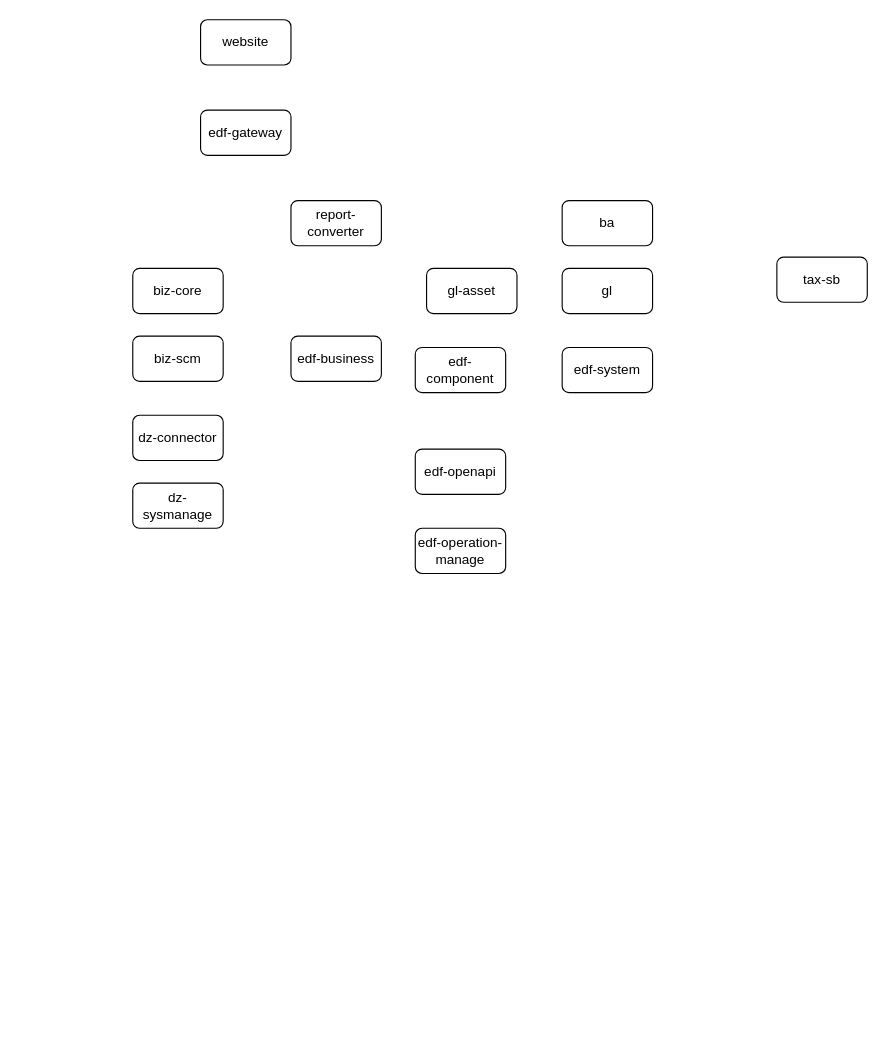
This is 1.0链路优化.drawio from xingzhihe/hello-world, a draw.io file, before an edit. Source tidied: cells renumbered, new cells numbered last; positions are measured from the earlier drawing's top-left corner, leaving out a move shared by most shapes. Both pictures are drawn from the tidied source at 113%, with x=0, y=0 at pixel (132, 19).
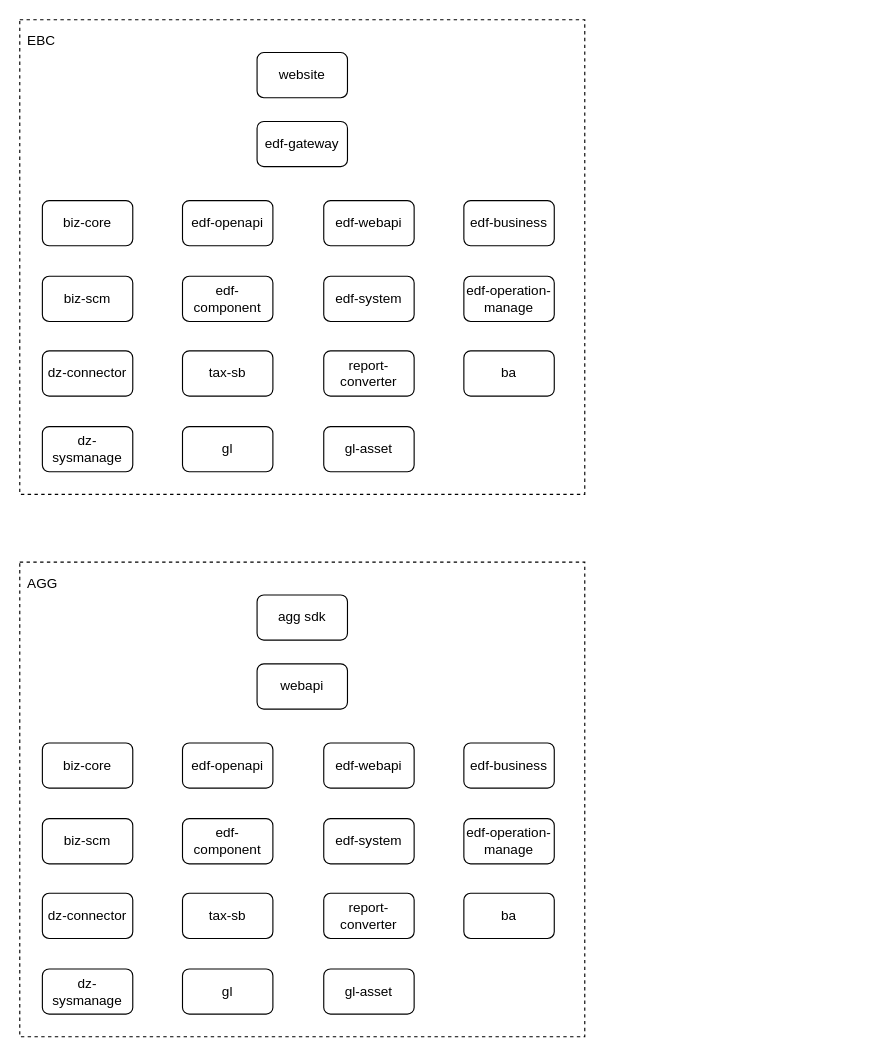
The same page after the edit.

Commit message (it also covers changes not shown here):
更新1.0链路优化.drawio

Diff of the diagram source:
```diff
@@
+    <mxCell id="18" value="EBC" style="rounded=0;whiteSpace=wrap;html=1;align=left;verticalAlign=top;spacingTop=5;spacingLeft=5;dashed=1;" parent="1" vertex="1">
+      <mxGeometry x="-100" width="500" height="420" as="geometry" />
+    </mxCell>
     <mxCell id="2" value="website" style="rounded=1;whiteSpace=wrap;html=1;" parent="1" vertex="1">
-      <mxGeometry x="60" width="80" height="40" as="geometry" />
+      <mxGeometry x="110" y="29" width="80" height="40" as="geometry" />
     </mxCell>
     <mxCell id="3" value="edf-gateway" style="rounded=1;whiteSpace=wrap;html=1;" parent="1" vertex="1">
-      <mxGeometry x="60" y="80" width="80" height="40" as="geometry" />
+      <mxGeometry x="110" y="90" width="80" height="40" as="geometry" />
     </mxCell>
     <mxCell id="4" value="tax-sb" style="rounded=1;whiteSpace=wrap;html=1;" parent="1" vertex="1">
-      <mxGeometry x="570" y="210" width="80" height="40" as="geometry" />
+      <mxGeometry x="44" y="293" width="80" height="40" as="geometry" />
     </mxCell>
     <mxCell id="5" value="report-converter" style="rounded=1;whiteSpace=wrap;html=1;" parent="1" vertex="1">
-      <mxGeometry x="140" y="160" width="80" height="40" as="geometry" />
+      <mxGeometry x="169" y="293" width="80" height="40" as="geometry" />
     </mxCell>
     <mxCell id="6" value="dz-sysmanage" style="rounded=1;whiteSpace=wrap;html=1;" parent="1" vertex="1">
-      <mxGeometry y="410" width="80" height="40" as="geometry" />
+      <mxGeometry x="-80" y="360" width="80" height="40" as="geometry" />
     </mxCell>
     <mxCell id="7" value="ba" style="rounded=1;whiteSpace=wrap;html=1;" parent="1" vertex="1">
-      <mxGeometry x="380" y="160" width="80" height="40" as="geometry" />
+      <mxGeometry x="293" y="293" width="80" height="40" as="geometry" />
     </mxCell>
     <mxCell id="8" value="biz-core" style="rounded=1;whiteSpace=wrap;html=1;" parent="1" vertex="1">
-      <mxGeometry y="220" width="80" height="40" as="geometry" />
+      <mxGeometry x="-80" y="160" width="80" height="40" as="geometry" />
     </mxCell>
     <mxCell id="9" value="biz-scm" style="rounded=1;whiteSpace=wrap;html=1;" parent="1" vertex="1">
-      <mxGeometry y="280" width="80" height="40" as="geometry" />
+      <mxGeometry x="-80" y="227" width="80" height="40" as="geometry" />
     </mxCell>
     <mxCell id="10" value="gl-asset" style="rounded=1;whiteSpace=wrap;html=1;" parent="1" vertex="1">
-      <mxGeometry x="260" y="220" width="80" height="40" as="geometry" />
+      <mxGeometry x="169" y="360" width="80" height="40" as="geometry" />
     </mxCell>
     <mxCell id="11" value="gl" style="rounded=1;whiteSpace=wrap;html=1;" parent="1" vertex="1">
-      <mxGeometry x="380" y="220" width="80" height="40" as="geometry" />
+      <mxGeometry x="44" y="360" width="80" height="40" as="geometry" />
     </mxCell>
     <mxCell id="12" value="edf-openapi" style="rounded=1;whiteSpace=wrap;html=1;" parent="1" vertex="1">
-      <mxGeometry x="250" y="380" width="80" height="40" as="geometry" />
+      <mxGeometry x="44" y="160" width="80" height="40" as="geometry" />
     </mxCell>
     <mxCell id="13" value="edf-business" style="rounded=1;whiteSpace=wrap;html=1;" parent="1" vertex="1">
-      <mxGeometry x="140" y="280" width="80" height="40" as="geometry" />
+      <mxGeometry x="293" y="160" width="80" height="40" as="geometry" />
     </mxCell>
     <mxCell id="14" value="edf-component" style="rounded=1;whiteSpace=wrap;html=1;" parent="1" vertex="1">
-      <mxGeometry x="250" y="290" width="80" height="40" as="geometry" />
+      <mxGeometry x="44" y="227" width="80" height="40" as="geometry" />
     </mxCell>
     <mxCell id="15" value="edf-system" style="rounded=1;whiteSpace=wrap;html=1;" parent="1" vertex="1">
-      <mxGeometry x="380" y="290" width="80" height="40" as="geometry" />
+      <mxGeometry x="169" y="227" width="80" height="40" as="geometry" />
     </mxCell>
     <mxCell id="16" value="dz-connector" style="rounded=1;whiteSpace=wrap;html=1;" parent="1" vertex="1">
-      <mxGeometry y="350" width="80" height="40" as="geometry" />
+      <mxGeometry x="-80" y="293" width="80" height="40" as="geometry" />
     </mxCell>
     <mxCell id="17" value="edf-operation-manage" style="rounded=1;whiteSpace=wrap;html=1;" parent="1" vertex="1">
-      <mxGeometry x="250" y="450" width="80" height="40" as="geometry" />
+      <mxGeometry x="293" y="227" width="80" height="40" as="geometry" />
     </mxCell>
+    <mxCell id="19" value="edf-webapi" style="rounded=1;whiteSpace=wrap;html=1;" parent="1" vertex="1">
+      <mxGeometry x="169" y="160" width="80" height="40" as="geometry" />
+    </mxCell>
+    <mxCell id="20" value="AGG" style="rounded=0;whiteSpace=wrap;html=1;align=left;verticalAlign=top;spacingTop=5;spacingLeft=5;dashed=1;" parent="1" vertex="1">
+      <mxGeometry x="-100" y="480" width="500" height="420" as="geometry" />
+    </mxCell>
+    <mxCell id="21" value="agg sdk" style="rounded=1;whiteSpace=wrap;html=1;" parent="1" vertex="1">
+      <mxGeometry x="110" y="509" width="80" height="40" as="geometry" />
+    </mxCell>
+    <mxCell id="22" value="webapi" style="rounded=1;whiteSpace=wrap;html=1;" parent="1" vertex="1">
+      <mxGeometry x="110" y="570" width="80" height="40" as="geometry" />
+    </mxCell>
+    <mxCell id="23" value="tax-sb" style="rounded=1;whiteSpace=wrap;html=1;" parent="1" vertex="1">
+      <mxGeometry x="44" y="773" width="80" height="40" as="geometry" />
+    </mxCell>
+    <mxCell id="24" value="report-converter" style="rounded=1;whiteSpace=wrap;html=1;" parent="1" vertex="1">
+      <mxGeometry x="169" y="773" width="80" height="40" as="geometry" />
+    </mxCell>
+    <mxCell id="25" value="dz-sysmanage" style="rounded=1;whiteSpace=wrap;html=1;" parent="1" vertex="1">
+      <mxGeometry x="-80" y="840" width="80" height="40" as="geometry" />
+    </mxCell>
+    <mxCell id="26" value="ba" style="rounded=1;whiteSpace=wrap;html=1;" parent="1" vertex="1">
+      <mxGeometry x="293" y="773" width="80" height="40" as="geometry" />
+    </mxCell>
+    <mxCell id="27" value="biz-core" style="rounded=1;whiteSpace=wrap;html=1;" parent="1" vertex="1">
+      <mxGeometry x="-80" y="640" width="80" height="40" as="geometry" />
+    </mxCell>
+    <mxCell id="28" value="biz-scm" style="rounded=1;whiteSpace=wrap;html=1;" parent="1" vertex="1">
+      <mxGeometry x="-80" y="707" width="80" height="40" as="geometry" />
+    </mxCell>
+    <mxCell id="29" value="gl-asset" style="rounded=1;whiteSpace=wrap;html=1;" parent="1" vertex="1">
+      <mxGeometry x="169" y="840" width="80" height="40" as="geometry" />
+    </mxCell>
+    <mxCell id="30" value="gl" style="rounded=1;whiteSpace=wrap;html=1;" parent="1" vertex="1">
+      <mxGeometry x="44" y="840" width="80" height="40" as="geometry" />
+    </mxCell>
+    <mxCell id="31" value="edf-openapi" style="rounded=1;whiteSpace=wrap;html=1;" parent="1" vertex="1">
+      <mxGeometry x="44" y="640" width="80" height="40" as="geometry" />
+    </mxCell>
+    <mxCell id="32" value="edf-business" style="rounded=1;whiteSpace=wrap;html=1;" parent="1" vertex="1">
+      <mxGeometry x="293" y="640" width="80" height="40" as="geometry" />
+    </mxCell>
+    <mxCell id="33" value="edf-component" style="rounded=1;whiteSpace=wrap;html=1;" parent="1" vertex="1">
+      <mxGeometry x="44" y="707" width="80" height="40" as="geometry" />
+    </mxCell>
+    <mxCell id="34" value="edf-system" style="rounded=1;whiteSpace=wrap;html=1;" parent="1" vertex="1">
+      <mxGeometry x="169" y="707" width="80" height="40" as="geometry" />
+    </mxCell>
+    <mxCell id="35" value="dz-connector" style="rounded=1;whiteSpace=wrap;html=1;" parent="1" vertex="1">
+      <mxGeometry x="-80" y="773" width="80" height="40" as="geometry" />
+    </mxCell>
+    <mxCell id="36" value="edf-operation-manage" style="rounded=1;whiteSpace=wrap;html=1;" parent="1" vertex="1">
+      <mxGeometry x="293" y="707" width="80" height="40" as="geometry" />
+    </mxCell>
+    <mxCell id="37" value="edf-webapi" style="rounded=1;whiteSpace=wrap;html=1;" parent="1" vertex="1">
+      <mxGeometry x="169" y="640" width="80" height="40" as="geometry" />
+    </mxCell>
```
